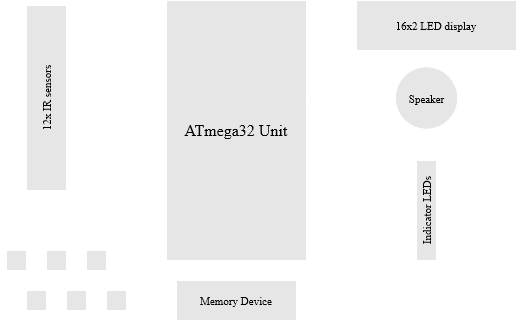
Before: project proposal/Block Diagram.png, a diagram exported from draw.io (NahianSalsabil/Gesture-Based-Mini-Piano). Source tidied: cells renumbered, new cells last; positions are measured from the earlier drawing's top-left corner, leaving out a move shared by most shapes. Source of this version:
```xml
<mxGraphModel background="#4A627A">
  <root>
    <mxCell id="0" />
    <mxCell id="1" parent="0" />
    <mxCell id="2" style="rounded=0;whiteSpace=wrap;html=1;fontFamily=Times New Roman;fillColor=#E6E6E6;strokeColor=#FFFFFF;" parent="1" vertex="1">
      <mxGeometry x="25" y="5" width="40" height="185" as="geometry" />
    </mxCell>
    <mxCell id="3" style="endArrow=none;html=1;entryX=0.002;entryY=0.15;entryDx=0;entryDy=0;entryPerimeter=0;exitX=1.025;exitY=0.167;exitDx=0;exitDy=0;exitPerimeter=0;strokeColor=#FFFFFF;" parent="1" edge="1">
      <mxGeometry relative="1" as="geometry">
        <mxPoint x="65.6" y="50.1" as="sourcePoint" />
        <mxPoint x="165" y="50" as="targetPoint" />
      </mxGeometry>
    </mxCell>
    <mxCell id="4" style="endArrow=none;html=1;entryX=0.002;entryY=0.15;entryDx=0;entryDy=0;entryPerimeter=0;exitX=1.025;exitY=0.167;exitDx=0;exitDy=0;exitPerimeter=0;strokeColor=#FFFFFF;" parent="1" edge="1">
      <mxGeometry relative="1" as="geometry">
        <mxPoint x="65" y="60.1" as="sourcePoint" />
        <mxPoint x="164.4" y="60" as="targetPoint" />
      </mxGeometry>
    </mxCell>
    <mxCell id="5" style="endArrow=none;html=1;entryX=0.002;entryY=0.15;entryDx=0;entryDy=0;entryPerimeter=0;exitX=1.025;exitY=0.167;exitDx=0;exitDy=0;exitPerimeter=0;strokeColor=#FFFFFF;" parent="1" edge="1">
      <mxGeometry relative="1" as="geometry">
        <mxPoint x="65" y="70.1" as="sourcePoint" />
        <mxPoint x="164.4" y="70" as="targetPoint" />
      </mxGeometry>
    </mxCell>
    <mxCell id="6" style="endArrow=none;html=1;entryX=0.002;entryY=0.15;entryDx=0;entryDy=0;entryPerimeter=0;exitX=1.025;exitY=0.167;exitDx=0;exitDy=0;exitPerimeter=0;strokeColor=#FFFFFF;" parent="1" edge="1">
      <mxGeometry relative="1" as="geometry">
        <mxPoint x="65.6" y="80.1" as="sourcePoint" />
        <mxPoint x="165" y="80" as="targetPoint" />
      </mxGeometry>
    </mxCell>
    <mxCell id="7" style="endArrow=none;html=1;entryX=0.002;entryY=0.15;entryDx=0;entryDy=0;entryPerimeter=0;exitX=1.025;exitY=0.167;exitDx=0;exitDy=0;exitPerimeter=0;strokeColor=#FFFFFF;" parent="1" edge="1">
      <mxGeometry relative="1" as="geometry">
        <mxPoint x="65.6" y="90.1" as="sourcePoint" />
        <mxPoint x="165" y="90" as="targetPoint" />
      </mxGeometry>
    </mxCell>
    <mxCell id="8" style="endArrow=none;html=1;entryX=0.002;entryY=0.15;entryDx=0;entryDy=0;entryPerimeter=0;exitX=1.025;exitY=0.167;exitDx=0;exitDy=0;exitPerimeter=0;strokeColor=#FFFFFF;" parent="1" edge="1">
      <mxGeometry relative="1" as="geometry">
        <mxPoint x="65.6" y="100.1" as="sourcePoint" />
        <mxPoint x="165" y="100" as="targetPoint" />
      </mxGeometry>
    </mxCell>
    <mxCell id="9" style="endArrow=none;html=1;entryX=0.002;entryY=0.15;entryDx=0;entryDy=0;entryPerimeter=0;exitX=1.025;exitY=0.167;exitDx=0;exitDy=0;exitPerimeter=0;strokeColor=#FFFFFF;" parent="1" edge="1">
      <mxGeometry relative="1" as="geometry">
        <mxPoint x="65.6" y="109.9" as="sourcePoint" />
        <mxPoint x="165" y="109.8" as="targetPoint" />
      </mxGeometry>
    </mxCell>
    <mxCell id="10" style="endArrow=none;html=1;entryX=0.002;entryY=0.15;entryDx=0;entryDy=0;entryPerimeter=0;exitX=1.025;exitY=0.167;exitDx=0;exitDy=0;exitPerimeter=0;fontColor=#FFFFFF;strokeColor=#FFFFFF;" parent="1" edge="1">
      <mxGeometry relative="1" as="geometry">
        <mxPoint x="65" y="119.9" as="sourcePoint" />
        <mxPoint x="164.4" y="119.8" as="targetPoint" />
      </mxGeometry>
    </mxCell>
    <mxCell id="11" style="endArrow=none;html=1;entryX=0.002;entryY=0.15;entryDx=0;entryDy=0;entryPerimeter=0;exitX=1.025;exitY=0.167;exitDx=0;exitDy=0;exitPerimeter=0;fontColor=#FFFFFF;strokeColor=#FFFFFF;" parent="1" edge="1">
      <mxGeometry relative="1" as="geometry">
        <mxPoint x="65.6" y="129.9" as="sourcePoint" />
        <mxPoint x="165" y="129.8" as="targetPoint" />
      </mxGeometry>
    </mxCell>
    <mxCell id="12" style="endArrow=none;html=1;entryX=0.002;entryY=0.15;entryDx=0;entryDy=0;entryPerimeter=0;exitX=1.025;exitY=0.167;exitDx=0;exitDy=0;exitPerimeter=0;fontColor=#FFFFFF;strokeColor=#FFFFFF;" parent="1" edge="1">
      <mxGeometry relative="1" as="geometry">
        <mxPoint x="65.6" y="139.9" as="sourcePoint" />
        <mxPoint x="165" y="139.8" as="targetPoint" />
      </mxGeometry>
    </mxCell>
    <mxCell id="13" style="endArrow=none;html=1;entryX=0.002;entryY=0.15;entryDx=0;entryDy=0;entryPerimeter=0;exitX=1.025;exitY=0.167;exitDx=0;exitDy=0;exitPerimeter=0;fontColor=#FFFFFF;strokeColor=#FFFFFF;" parent="1" edge="1">
      <mxGeometry relative="1" as="geometry">
        <mxPoint x="65.6" y="149.9" as="sourcePoint" />
        <mxPoint x="165" y="149.8" as="targetPoint" />
      </mxGeometry>
    </mxCell>
    <mxCell id="14" style="whiteSpace=wrap;html=1;fillColor=#E6E6E6;strokeColor=#FFFFFF;" parent="1" vertex="1">
      <mxGeometry x="5" y="250" width="20" height="20" as="geometry" />
    </mxCell>
    <mxCell id="15" style="whiteSpace=wrap;html=1;fillColor=#E6E6E6;strokeColor=#FFFFFF;" parent="1" vertex="1">
      <mxGeometry x="25" y="290" width="20" height="20" as="geometry" />
    </mxCell>
    <mxCell id="16" style="whiteSpace=wrap;html=1;fillColor=#E6E6E6;strokeColor=#FFFFFF;" parent="1" vertex="1">
      <mxGeometry x="45" y="250" width="20" height="20" as="geometry" />
    </mxCell>
    <mxCell id="17" style="whiteSpace=wrap;html=1;fillColor=#E6E6E6;strokeColor=#FFFFFF;" parent="1" vertex="1">
      <mxGeometry x="65" y="290" width="20" height="20" as="geometry" />
    </mxCell>
    <mxCell id="18" value="&lt;font style=&quot;font-size: 16px&quot; face=&quot;Times New Roman&quot;&gt;ATmega32 Unit&lt;br&gt;&lt;/font&gt;" style="rounded=0;whiteSpace=wrap;html=1;fillColor=#E6E6E6;strokeColor=#FFFFFF;" parent="1" vertex="1">
      <mxGeometry x="165" width="140" height="260" as="geometry" />
    </mxCell>
    <mxCell id="19" style="whiteSpace=wrap;html=1;fillColor=#E6E6E6;strokeColor=#FFFFFF;" parent="1" vertex="1">
      <mxGeometry x="85" y="250" width="20" height="20" as="geometry" />
    </mxCell>
    <mxCell id="20" style="whiteSpace=wrap;html=1;fillColor=#E6E6E6;strokeColor=#FFFFFF;" parent="1" vertex="1">
      <mxGeometry x="105" y="290" width="20" height="20" as="geometry" />
    </mxCell>
    <mxCell id="21" style="endArrow=none;html=1;exitX=0.5;exitY=0;exitDx=0;exitDy=0;fontColor=#FFFFFF;strokeColor=#FFFFFF;" parent="1" edge="1" source="14">
      <mxGeometry relative="1" as="geometry">
        <mxPoint x="15" y="200" as="targetPoint" />
      </mxGeometry>
    </mxCell>
    <mxCell id="22" style="endArrow=none;html=1;entryX=0;entryY=0.769;entryDx=0;entryDy=0;entryPerimeter=0;fontColor=#FFFFFF;strokeColor=#FFFFFF;" parent="1" edge="1" target="18">
      <mxGeometry relative="1" as="geometry">
        <mxPoint x="15" y="200" as="sourcePoint" />
      </mxGeometry>
    </mxCell>
    <mxCell id="23" style="endArrow=none;html=1;entryX=0;entryY=0.769;entryDx=0;entryDy=0;entryPerimeter=0;fontColor=#FFFFFF;strokeColor=#FFFFFF;" parent="1" edge="1">
      <mxGeometry relative="1" as="geometry">
        <mxPoint x="35" y="210" as="sourcePoint" />
        <mxPoint x="165" y="209.9" as="targetPoint" />
      </mxGeometry>
    </mxCell>
    <mxCell id="24" style="endArrow=none;html=1;exitX=0.5;exitY=0;exitDx=0;exitDy=0;fontColor=#FFFFFF;strokeColor=#FFFFFF;" parent="1" edge="1" source="15">
      <mxGeometry relative="1" as="geometry">
        <mxPoint x="35" y="210" as="targetPoint" />
      </mxGeometry>
    </mxCell>
    <mxCell id="25" style="endArrow=none;html=1;exitX=0.5;exitY=0;exitDx=0;exitDy=0;fontColor=#FFFFFF;strokeColor=#FFFFFF;" parent="1" edge="1" source="16">
      <mxGeometry relative="1" as="geometry">
        <mxPoint x="55" y="220" as="targetPoint" />
      </mxGeometry>
    </mxCell>
    <mxCell id="26" style="endArrow=none;html=1;entryX=0.01;entryY=0.838;entryDx=0;entryDy=0;entryPerimeter=0;fontColor=#FFFFFF;strokeColor=#FFFFFF;" parent="1" edge="1">
      <mxGeometry relative="1" as="geometry">
        <mxPoint x="54" y="220" as="sourcePoint" />
        <mxPoint x="165.4" y="218.9" as="targetPoint" />
      </mxGeometry>
    </mxCell>
    <mxCell id="27" style="endArrow=none;html=1;fontColor=#FFFFFF;strokeColor=#FFFFFF;" parent="1" edge="1">
      <mxGeometry relative="1" as="geometry">
        <mxPoint x="75" y="290" as="sourcePoint" />
        <mxPoint x="75" y="230" as="targetPoint" />
      </mxGeometry>
    </mxCell>
    <mxCell id="28" style="endArrow=none;html=1;entryX=0;entryY=0.883;entryDx=0;entryDy=0;entryPerimeter=0;fontColor=#FFFFFF;strokeColor=#FFFFFF;" parent="1" edge="1" target="18">
      <mxGeometry relative="1" as="geometry">
        <mxPoint x="75" y="230" as="sourcePoint" />
      </mxGeometry>
    </mxCell>
    <mxCell id="29" style="endArrow=none;html=1;exitX=0.5;exitY=0;exitDx=0;exitDy=0;fontColor=#FFFFFF;strokeColor=#FFFFFF;" parent="1" edge="1" source="19">
      <mxGeometry relative="1" as="geometry">
        <mxPoint x="95" y="240" as="targetPoint" />
      </mxGeometry>
    </mxCell>
    <mxCell id="30" style="endArrow=none;html=1;entryX=0;entryY=0.922;entryDx=0;entryDy=0;entryPerimeter=0;fontColor=#FFFFFF;strokeColor=#FFFFFF;" parent="1" edge="1" target="18">
      <mxGeometry relative="1" as="geometry">
        <mxPoint x="95" y="240" as="sourcePoint" />
      </mxGeometry>
    </mxCell>
    <mxCell id="31" style="endArrow=none;html=1;exitX=0.5;exitY=-0.1;exitDx=0;exitDy=0;exitPerimeter=0;fontColor=#FFFFFF;labelBackgroundColor=#FFFFFF;labelBorderColor=#FFFFFF;fillColor=#dae8fc;strokeColor=#FFFFFF;" parent="1" edge="1">
      <mxGeometry relative="1" as="geometry">
        <mxPoint x="115" y="290" as="sourcePoint" />
        <mxPoint x="115" y="250" as="targetPoint" />
      </mxGeometry>
    </mxCell>
    <mxCell id="32" style="endArrow=none;html=1;entryX=0;entryY=0.958;entryDx=0;entryDy=0;entryPerimeter=0;fontColor=#FFFFFF;strokeColor=#FFFFFF;" parent="1" edge="1" target="18">
      <mxGeometry relative="1" as="geometry">
        <mxPoint x="115" y="250" as="sourcePoint" />
      </mxGeometry>
    </mxCell>
    <mxCell id="33" value="&lt;font style=&quot;font-size: 11px&quot;&gt;16x2 LED display&lt;/font&gt;" style="rounded=0;whiteSpace=wrap;html=1;fontFamily=Times New Roman;fillColor=#E6E6E6;strokeColor=#FFFFFF;" parent="1" vertex="1">
      <mxGeometry x="355" width="160" height="50" as="geometry" />
    </mxCell>
    <mxCell id="34" style="endArrow=none;html=1;entryX=0;entryY=0.5;entryDx=0;entryDy=0;strokeColor=#FFFFFF;" parent="1" edge="1" target="33">
      <mxGeometry relative="1" as="geometry">
        <mxPoint x="304" y="25" as="sourcePoint" />
      </mxGeometry>
    </mxCell>
    <mxCell id="35" value="Speaker" style="ellipse;whiteSpace=wrap;html=1;fontFamily=Times New Roman;fontSize=11;fillColor=#E6E6E6;strokeColor=#FFFFFF;" parent="1" vertex="1">
      <mxGeometry x="393.8" y="66.2" width="62.5" height="62.5" as="geometry" />
    </mxCell>
    <mxCell id="36" style="endArrow=none;html=1;strokeColor=#FFFFFF;" parent="1" edge="1">
      <mxGeometry relative="1" as="geometry">
        <mxPoint x="303.8" y="97.1" as="sourcePoint" />
        <mxPoint x="393.8" y="97.1" as="targetPoint" />
      </mxGeometry>
    </mxCell>
    <mxCell id="37" value="&lt;font style=&quot;font-size: 11px&quot;&gt;Memory Device&lt;/font&gt;" style="rounded=0;whiteSpace=wrap;html=1;fontFamily=Times New Roman;fillColor=#E6E6E6;strokeColor=#FFFFFF;" parent="1" vertex="1">
      <mxGeometry x="175" y="280" width="120" height="40" as="geometry" />
    </mxCell>
    <mxCell id="38" style="endArrow=none;html=1;entryX=0.5;entryY=1;entryDx=0;entryDy=0;strokeColor=#FFFFFF;" parent="1" edge="1" target="18">
      <mxGeometry relative="1" as="geometry">
        <mxPoint x="235" y="280" as="sourcePoint" />
      </mxGeometry>
    </mxCell>
    <mxCell id="39" style="rounded=0;whiteSpace=wrap;html=1;fontSize=11;fontFamily=Times New Roman;fillColor=#E6E6E6;strokeColor=#FFFFFF;" parent="1" vertex="1">
      <mxGeometry x="415" y="160" width="20" height="100" as="geometry" />
    </mxCell>
    <mxCell id="40" style="endArrow=none;html=1;entryX=0;entryY=0.5;entryDx=0;entryDy=0;strokeColor=#FFFFFF;" parent="1" edge="1" target="39">
      <mxGeometry relative="1" as="geometry">
        <mxPoint x="305" y="210" as="sourcePoint" />
      </mxGeometry>
    </mxCell>
    <mxCell id="41" style="endArrow=none;html=1;entryX=0;entryY=0.155;entryDx=0;entryDy=0;entryPerimeter=0;strokeColor=#FFFFFF;" parent="1" edge="1" target="18">
      <mxGeometry relative="1" as="geometry">
        <mxPoint x="65" y="40" as="sourcePoint" />
      </mxGeometry>
    </mxCell>
    <mxCell id="42" value="12x IR sensors" style="text;html=1;strokeColor=none;fillColor=none;align=center;verticalAlign=middle;whiteSpace=wrap;rounded=0;fontFamily=Times New Roman;rotation=270;fontSize=11;" parent="1" vertex="1">
      <mxGeometry y="87.5" width="90" height="20" as="geometry" />
    </mxCell>
    <mxCell id="43" value="&lt;font style=&quot;font-size: 8px&quot;&gt;Start/Stop&lt;/font&gt;" style="text;html=1;strokeColor=none;fillColor=none;align=center;verticalAlign=middle;whiteSpace=wrap;rounded=0;fontFamily=Times New Roman;fontColor=#FFFFFF;" parent="1" vertex="1">
      <mxGeometry x="5" y="270" width="20" height="10" as="geometry" />
    </mxCell>
    <mxCell id="44" value="&lt;font style=&quot;font-size: 8px&quot;&gt;Play&lt;/font&gt;" style="text;html=1;strokeColor=none;fillColor=none;align=center;verticalAlign=middle;whiteSpace=wrap;rounded=0;fontFamily=Times New Roman;fontColor=#FFFFFF;" parent="1" vertex="1">
      <mxGeometry x="45" y="270" width="20" height="10" as="geometry" />
    </mxCell>
    <mxCell id="45" value="&lt;font style=&quot;font-size: 8px;&quot;&gt;Next Tune&lt;br style=&quot;font-size: 8px;&quot;&gt;&lt;/font&gt;" style="text;html=1;strokeColor=none;fillColor=none;align=center;verticalAlign=middle;whiteSpace=wrap;rounded=0;fontFamily=Times New Roman;fontSize=8;fontColor=#FFFFFF;" parent="1" vertex="1">
      <mxGeometry x="15" y="310" width="40" height="10" as="geometry" />
    </mxCell>
    <mxCell id="46" value="&lt;div style=&quot;font-size: 10px&quot;&gt;&lt;font style=&quot;font-size: 8px&quot;&gt;Prev Tune&lt;/font&gt;&lt;/div&gt;" style="text;html=1;strokeColor=none;fillColor=none;align=center;verticalAlign=middle;whiteSpace=wrap;rounded=0;fontFamily=Times New Roman;fontSize=8;fontColor=#FFFFFF;" parent="1" vertex="1">
      <mxGeometry x="50" y="310" width="50" height="10" as="geometry" />
    </mxCell>
    <mxCell id="47" value="Octave ++" style="text;html=1;strokeColor=none;fillColor=none;align=center;verticalAlign=middle;whiteSpace=wrap;rounded=0;fontFamily=Times New Roman;fontSize=8;fontColor=#FFFFFF;" parent="1" vertex="1">
      <mxGeometry x="75" y="272" width="40" height="10" as="geometry" />
    </mxCell>
    <mxCell id="48" value="Octave --" style="text;html=1;align=center;verticalAlign=middle;whiteSpace=wrap;rounded=0;fontFamily=Times New Roman;fontSize=8;fontColor=#FFFFFF;" parent="1" vertex="1">
      <mxGeometry x="95" y="311" width="40" height="10" as="geometry" />
    </mxCell>
    <mxCell id="49" value="Indicator LEDs" style="text;html=1;strokeColor=none;fillColor=none;align=center;verticalAlign=middle;whiteSpace=wrap;rounded=0;fontFamily=Times New Roman;fontSize=11;rotation=270;" parent="1" vertex="1">
      <mxGeometry x="385" y="200" width="80" height="20" as="geometry" />
    </mxCell>
  </root>
</mxGraphModel>
```
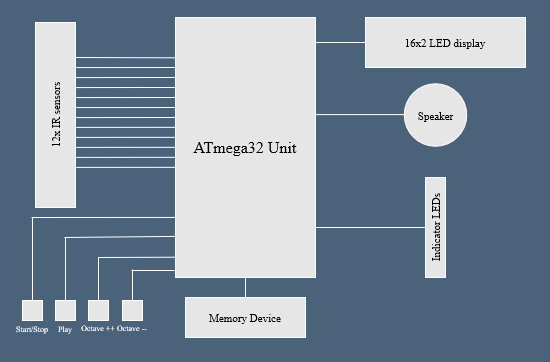
The same diagram one commit later.

Commit message:
circuit diagram final

What changed in the source:
```diff
@@ -72,47 +72,30 @@
       </mxGeometry>
     </mxCell>
     <mxCell id="14" style="whiteSpace=wrap;html=1;fillColor=#E6E6E6;strokeColor=#FFFFFF;" parent="1" vertex="1">
-      <mxGeometry x="5" y="250" width="20" height="20" as="geometry" />
+      <mxGeometry x="12" y="283" width="20" height="20" as="geometry" />
     </mxCell>
-    <mxCell id="15" style="whiteSpace=wrap;html=1;fillColor=#E6E6E6;strokeColor=#FFFFFF;" parent="1" vertex="1">
-      <mxGeometry x="25" y="290" width="20" height="20" as="geometry" />
-    </mxCell>
     <mxCell id="16" style="whiteSpace=wrap;html=1;fillColor=#E6E6E6;strokeColor=#FFFFFF;" parent="1" vertex="1">
-      <mxGeometry x="45" y="250" width="20" height="20" as="geometry" />
+      <mxGeometry x="45" y="283" width="20" height="20" as="geometry" />
     </mxCell>
-    <mxCell id="17" style="whiteSpace=wrap;html=1;fillColor=#E6E6E6;strokeColor=#FFFFFF;" parent="1" vertex="1">
-      <mxGeometry x="65" y="290" width="20" height="20" as="geometry" />
-    </mxCell>
     <mxCell id="18" value="&lt;font style=&quot;font-size: 16px&quot; face=&quot;Times New Roman&quot;&gt;ATmega32 Unit&lt;br&gt;&lt;/font&gt;" style="rounded=0;whiteSpace=wrap;html=1;fillColor=#E6E6E6;strokeColor=#FFFFFF;" parent="1" vertex="1">
       <mxGeometry x="165" width="140" height="260" as="geometry" />
     </mxCell>
     <mxCell id="19" style="whiteSpace=wrap;html=1;fillColor=#E6E6E6;strokeColor=#FFFFFF;" parent="1" vertex="1">
-      <mxGeometry x="85" y="250" width="20" height="20" as="geometry" />
+      <mxGeometry x="78" y="283" width="20" height="20" as="geometry" />
     </mxCell>
     <mxCell id="20" style="whiteSpace=wrap;html=1;fillColor=#E6E6E6;strokeColor=#FFFFFF;" parent="1" vertex="1">
-      <mxGeometry x="105" y="290" width="20" height="20" as="geometry" />
+      <mxGeometry x="112" y="283" width="20" height="20" as="geometry" />
     </mxCell>
     <mxCell id="21" style="endArrow=none;html=1;exitX=0.5;exitY=0;exitDx=0;exitDy=0;fontColor=#FFFFFF;strokeColor=#FFFFFF;" parent="1" edge="1" source="14">
       <mxGeometry relative="1" as="geometry">
-        <mxPoint x="15" y="200" as="targetPoint" />
+        <mxPoint x="22" y="200" as="targetPoint" />
       </mxGeometry>
     </mxCell>
     <mxCell id="22" style="endArrow=none;html=1;entryX=0;entryY=0.769;entryDx=0;entryDy=0;entryPerimeter=0;fontColor=#FFFFFF;strokeColor=#FFFFFF;" parent="1" edge="1" target="18">
       <mxGeometry relative="1" as="geometry">
-        <mxPoint x="15" y="200" as="sourcePoint" />
+        <mxPoint x="21" y="200" as="sourcePoint" />
       </mxGeometry>
     </mxCell>
-    <mxCell id="23" style="endArrow=none;html=1;entryX=0;entryY=0.769;entryDx=0;entryDy=0;entryPerimeter=0;fontColor=#FFFFFF;strokeColor=#FFFFFF;" parent="1" edge="1">
-      <mxGeometry relative="1" as="geometry">
-        <mxPoint x="35" y="210" as="sourcePoint" />
-        <mxPoint x="165" y="209.9" as="targetPoint" />
-      </mxGeometry>
-    </mxCell>
-    <mxCell id="24" style="endArrow=none;html=1;exitX=0.5;exitY=0;exitDx=0;exitDy=0;fontColor=#FFFFFF;strokeColor=#FFFFFF;" parent="1" edge="1" source="15">
-      <mxGeometry relative="1" as="geometry">
-        <mxPoint x="35" y="210" as="targetPoint" />
-      </mxGeometry>
-    </mxCell>
     <mxCell id="25" style="endArrow=none;html=1;exitX=0.5;exitY=0;exitDx=0;exitDy=0;fontColor=#FFFFFF;strokeColor=#FFFFFF;" parent="1" edge="1" source="16">
       <mxGeometry relative="1" as="geometry">
         <mxPoint x="55" y="220" as="targetPoint" />
@@ -124,38 +107,16 @@
         <mxPoint x="165.4" y="218.9" as="targetPoint" />
       </mxGeometry>
     </mxCell>
-    <mxCell id="27" style="endArrow=none;html=1;fontColor=#FFFFFF;strokeColor=#FFFFFF;" parent="1" edge="1">
-      <mxGeometry relative="1" as="geometry">
-        <mxPoint x="75" y="290" as="sourcePoint" />
-        <mxPoint x="75" y="230" as="targetPoint" />
-      </mxGeometry>
-    </mxCell>
-    <mxCell id="28" style="endArrow=none;html=1;entryX=0;entryY=0.883;entryDx=0;entryDy=0;entryPerimeter=0;fontColor=#FFFFFF;strokeColor=#FFFFFF;" parent="1" edge="1" target="18">
-      <mxGeometry relative="1" as="geometry">
-        <mxPoint x="75" y="230" as="sourcePoint" />
-      </mxGeometry>
-    </mxCell>
     <mxCell id="29" style="endArrow=none;html=1;exitX=0.5;exitY=0;exitDx=0;exitDy=0;fontColor=#FFFFFF;strokeColor=#FFFFFF;" parent="1" edge="1" source="19">
       <mxGeometry relative="1" as="geometry">
-        <mxPoint x="95" y="240" as="targetPoint" />
+        <mxPoint x="88" y="240" as="targetPoint" />
       </mxGeometry>
     </mxCell>
     <mxCell id="30" style="endArrow=none;html=1;entryX=0;entryY=0.922;entryDx=0;entryDy=0;entryPerimeter=0;fontColor=#FFFFFF;strokeColor=#FFFFFF;" parent="1" edge="1" target="18">
       <mxGeometry relative="1" as="geometry">
-        <mxPoint x="95" y="240" as="sourcePoint" />
+        <mxPoint x="88" y="240" as="sourcePoint" />
       </mxGeometry>
     </mxCell>
-    <mxCell id="31" style="endArrow=none;html=1;exitX=0.5;exitY=-0.1;exitDx=0;exitDy=0;exitPerimeter=0;fontColor=#FFFFFF;labelBackgroundColor=#FFFFFF;labelBorderColor=#FFFFFF;fillColor=#dae8fc;strokeColor=#FFFFFF;" parent="1" edge="1">
-      <mxGeometry relative="1" as="geometry">
-        <mxPoint x="115" y="290" as="sourcePoint" />
-        <mxPoint x="115" y="250" as="targetPoint" />
-      </mxGeometry>
-    </mxCell>
-    <mxCell id="32" style="endArrow=none;html=1;entryX=0;entryY=0.958;entryDx=0;entryDy=0;entryPerimeter=0;fontColor=#FFFFFF;strokeColor=#FFFFFF;" parent="1" edge="1" target="18">
-      <mxGeometry relative="1" as="geometry">
-        <mxPoint x="115" y="250" as="sourcePoint" />
-      </mxGeometry>
-    </mxCell>
     <mxCell id="33" value="&lt;font style=&quot;font-size: 11px&quot;&gt;16x2 LED display&lt;/font&gt;" style="rounded=0;whiteSpace=wrap;html=1;fontFamily=Times New Roman;fillColor=#E6E6E6;strokeColor=#FFFFFF;" parent="1" vertex="1">
       <mxGeometry x="355" width="160" height="50" as="geometry" />
     </mxCell>
@@ -198,25 +159,30 @@
       <mxGeometry y="87.5" width="90" height="20" as="geometry" />
     </mxCell>
     <mxCell id="43" value="&lt;font style=&quot;font-size: 8px&quot;&gt;Start/Stop&lt;/font&gt;" style="text;html=1;strokeColor=none;fillColor=none;align=center;verticalAlign=middle;whiteSpace=wrap;rounded=0;fontFamily=Times New Roman;fontColor=#FFFFFF;" parent="1" vertex="1">
-      <mxGeometry x="5" y="270" width="20" height="10" as="geometry" />
+      <mxGeometry x="12" y="305" width="20" height="10" as="geometry" />
     </mxCell>
     <mxCell id="44" value="&lt;font style=&quot;font-size: 8px&quot;&gt;Play&lt;/font&gt;" style="text;html=1;strokeColor=none;fillColor=none;align=center;verticalAlign=middle;whiteSpace=wrap;rounded=0;fontFamily=Times New Roman;fontColor=#FFFFFF;" parent="1" vertex="1">
-      <mxGeometry x="45" y="270" width="20" height="10" as="geometry" />
+      <mxGeometry x="45" y="305" width="20" height="10" as="geometry" />
     </mxCell>
-    <mxCell id="45" value="&lt;font style=&quot;font-size: 8px;&quot;&gt;Next Tune&lt;br style=&quot;font-size: 8px;&quot;&gt;&lt;/font&gt;" style="text;html=1;strokeColor=none;fillColor=none;align=center;verticalAlign=middle;whiteSpace=wrap;rounded=0;fontFamily=Times New Roman;fontSize=8;fontColor=#FFFFFF;" parent="1" vertex="1">
-      <mxGeometry x="15" y="310" width="40" height="10" as="geometry" />
-    </mxCell>
-    <mxCell id="46" value="&lt;div style=&quot;font-size: 10px&quot;&gt;&lt;font style=&quot;font-size: 8px&quot;&gt;Prev Tune&lt;/font&gt;&lt;/div&gt;" style="text;html=1;strokeColor=none;fillColor=none;align=center;verticalAlign=middle;whiteSpace=wrap;rounded=0;fontFamily=Times New Roman;fontSize=8;fontColor=#FFFFFF;" parent="1" vertex="1">
-      <mxGeometry x="50" y="310" width="50" height="10" as="geometry" />
-    </mxCell>
     <mxCell id="47" value="Octave ++" style="text;html=1;strokeColor=none;fillColor=none;align=center;verticalAlign=middle;whiteSpace=wrap;rounded=0;fontFamily=Times New Roman;fontSize=8;fontColor=#FFFFFF;" parent="1" vertex="1">
-      <mxGeometry x="75" y="272" width="40" height="10" as="geometry" />
+      <mxGeometry x="68" y="306" width="40" height="10" as="geometry" />
     </mxCell>
     <mxCell id="48" value="Octave --" style="text;html=1;align=center;verticalAlign=middle;whiteSpace=wrap;rounded=0;fontFamily=Times New Roman;fontSize=8;fontColor=#FFFFFF;" parent="1" vertex="1">
-      <mxGeometry x="95" y="311" width="40" height="10" as="geometry" />
+      <mxGeometry x="102" y="306" width="40" height="10" as="geometry" />
     </mxCell>
     <mxCell id="49" value="Indicator LEDs" style="text;html=1;strokeColor=none;fillColor=none;align=center;verticalAlign=middle;whiteSpace=wrap;rounded=0;fontFamily=Times New Roman;fontSize=11;rotation=270;" parent="1" vertex="1">
       <mxGeometry x="385" y="200" width="80" height="20" as="geometry" />
     </mxCell>
+    <mxCell id="50" style="endArrow=none;html=1;exitX=0.5;exitY=0;exitDx=0;exitDy=0;strokeColor=#FFFFFF;" parent="1" edge="1" source="20">
+      <mxGeometry relative="1" as="geometry">
+        <mxPoint x="122" y="252" as="targetPoint" />
+      </mxGeometry>
+    </mxCell>
+    <mxCell id="51" style="endArrow=none;html=1;strokeColor=#FFFFFF;" parent="1" edge="1">
+      <mxGeometry relative="1" as="geometry">
+        <mxPoint x="121" y="253" as="sourcePoint" />
+        <mxPoint x="164" y="253" as="targetPoint" />
+      </mxGeometry>
+    </mxCell>
   </root>
 </mxGraphModel>
```
